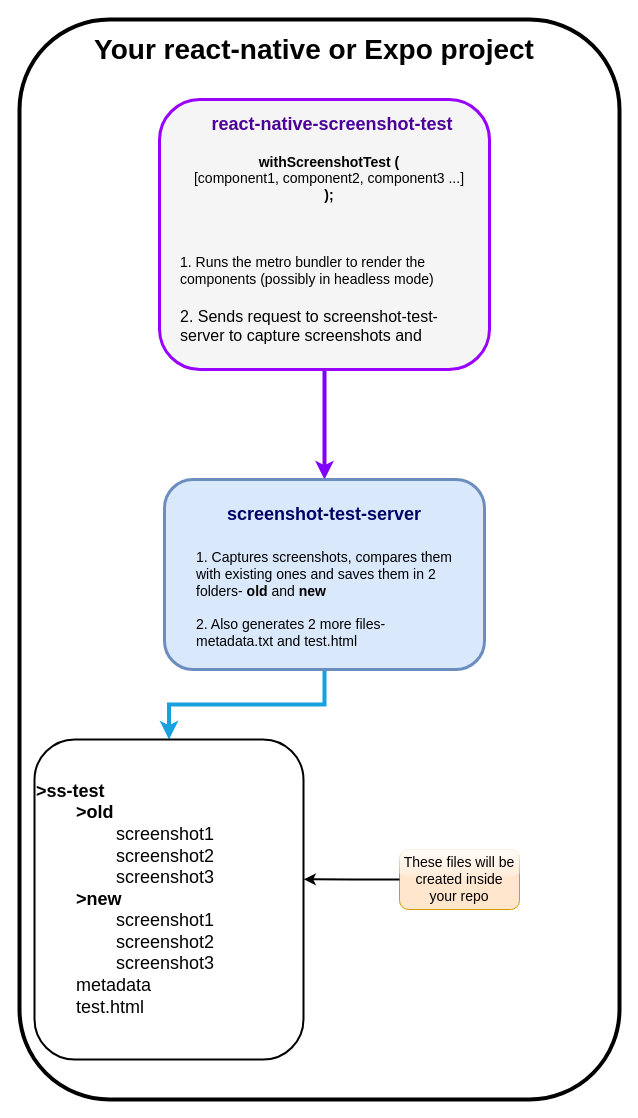
The draw.io diagram screenshot-test.drawio in Abhinandan-Kushwaha/react-native-screenshot-test, before the edit. Source tidied: cells renumbered, new cells numbered last; positions are measured from the earlier drawing's top-left corner, leaving out a move shared by most shapes. Both pictures are drawn from the tidied source at 100%, with x=0, y=0 at pixel (19, 19).
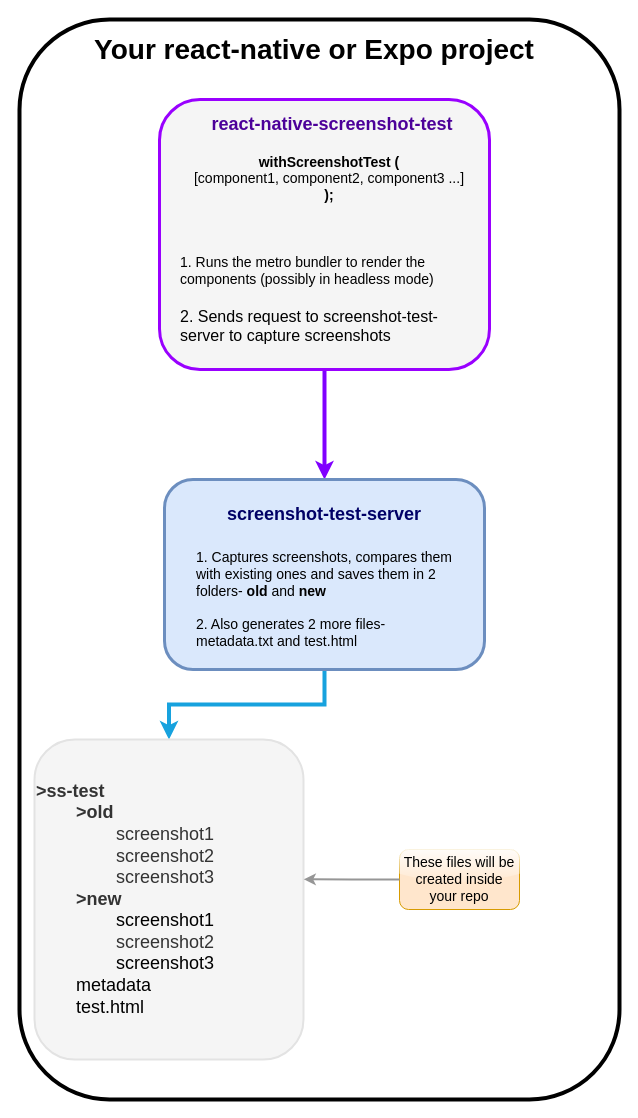
After the change.

What changed in the source:
```diff
@@
 <mxGraphModel>
   <root>
     <mxCell id="0" />
     <mxCell id="1" parent="0" />
     <mxCell id="2" style="rounded=1;whiteSpace=wrap;html=1;strokeWidth=4;fillColor=none;" parent="1" vertex="1">
       <mxGeometry width="600" height="1080" as="geometry" />
     </mxCell>
     <mxCell id="3" style="edgeStyle=orthogonalEdgeStyle;rounded=0;jettySize=auto;html=1;exitX=0.5;exitY=1;exitDx=0;exitDy=0;entryX=0.5;entryY=0;entryDx=0;entryDy=0;flowAnimation=1;strokeColor=light-dark(#8000ff, #ededed);strokeWidth=4;" parent="1" edge="1" source="4" target="6">
       <mxGeometry relative="1" as="geometry" />
     </mxCell>
     <mxCell id="4" style="rounded=1;whiteSpace=wrap;html=1;fillColor=#f5f5f5;strokeColor=light-dark(#9900ff, #959595);fontColor=#333333;strokeWidth=3;" parent="1" vertex="1">
       <mxGeometry x="140" y="80" width="330" height="270" as="geometry" />
     </mxCell>
     <mxCell id="5" style="edgeStyle=orthogonalEdgeStyle;rounded=0;jettySize=auto;html=1;exitX=0.5;exitY=1;exitDx=0;exitDy=0;flowAnimation=1;strokeWidth=4;strokeColor=light-dark(#17a2de, #ededed);" parent="1" edge="1" source="6" target="11">
       <mxGeometry relative="1" as="geometry" />
     </mxCell>
     <mxCell id="6" style="rounded=1;whiteSpace=wrap;html=1;strokeColor=#6c8ebf;strokeWidth=3;fillColor=#dae8fc;" parent="1" vertex="1">
       <mxGeometry x="145" y="460" width="320" height="190" as="geometry" />
     </mxCell>
     <mxCell id="7" value="&lt;b&gt;&lt;font style=&quot;font-size: 18px; color: rgb(76, 0, 153);&quot;&gt;react-native-screenshot-test&lt;/font&gt;&lt;/b&gt;" style="text;html=1;align=center;verticalAlign=middle;whiteSpace=wrap;rounded=0;" parent="1" vertex="1">
       <mxGeometry x="190" y="90" width="246" height="30" as="geometry" />
     </mxCell>
-    <mxCell id="8" value="&lt;font style=&quot;font-size: 14px;&quot;&gt;&lt;b&gt;withScreenshotTest (&lt;/b&gt;&lt;/font&gt;&lt;div&gt;&lt;span style=&quot;font-size: 14px;&quot;&gt;[component1, component2, component3 ...]&lt;/span&gt;&lt;/div&gt;&lt;div&gt;&lt;font style=&quot;font-size: 14px;&quot;&gt;&lt;b&gt;);&lt;/b&gt;&lt;/font&gt;&lt;/div&gt;&lt;div&gt;&lt;font style=&quot;font-size: 14px;&quot;&gt;&lt;b&gt;&lt;br&gt;&lt;/b&gt;&lt;/font&gt;&lt;/div&gt;&lt;div&gt;&lt;font style=&quot;font-size: 14px;&quot;&gt;&lt;b&gt;&lt;br&gt;&lt;/b&gt;&lt;/font&gt;&lt;/div&gt;&lt;div&gt;&lt;font style=&quot;font-size: 14px;&quot;&gt;&lt;b&gt;&lt;br&gt;&lt;/b&gt;&lt;/font&gt;&lt;/div&gt;&lt;div style=&quot;text-align: left;&quot;&gt;&lt;font style=&quot;font-size: 14px;&quot;&gt;1. Runs the metro bundler to render the components (possibly in headless mode)&lt;/font&gt;&lt;/div&gt;&lt;div style=&quot;text-align: left;&quot;&gt;&lt;font size=&quot;3&quot; style=&quot;&quot;&gt;&lt;br&gt;&lt;/font&gt;&lt;/div&gt;&lt;div style=&quot;text-align: left;&quot;&gt;&lt;font size=&quot;3&quot; style=&quot;&quot;&gt;2. Sends request to screenshot-test-server to capture screenshots and&amp;nbsp;&lt;/font&gt;&lt;/div&gt;" style="text;html=1;align=center;verticalAlign=middle;whiteSpace=wrap;rounded=0;" parent="1" vertex="1">
+    <mxCell id="8" value="&lt;font style=&quot;font-size: 14px;&quot;&gt;&lt;b&gt;withScreenshotTest (&lt;/b&gt;&lt;/font&gt;&lt;div&gt;&lt;span style=&quot;font-size: 14px;&quot;&gt;[component1, component2, component3 ...]&lt;/span&gt;&lt;/div&gt;&lt;div&gt;&lt;font style=&quot;font-size: 14px;&quot;&gt;&lt;b&gt;);&lt;/b&gt;&lt;/font&gt;&lt;/div&gt;&lt;div&gt;&lt;font style=&quot;font-size: 14px;&quot;&gt;&lt;b&gt;&lt;br&gt;&lt;/b&gt;&lt;/font&gt;&lt;/div&gt;&lt;div&gt;&lt;font style=&quot;font-size: 14px;&quot;&gt;&lt;b&gt;&lt;br&gt;&lt;/b&gt;&lt;/font&gt;&lt;/div&gt;&lt;div&gt;&lt;font style=&quot;font-size: 14px;&quot;&gt;&lt;b&gt;&lt;br&gt;&lt;/b&gt;&lt;/font&gt;&lt;/div&gt;&lt;div style=&quot;text-align: left;&quot;&gt;&lt;font style=&quot;font-size: 14px;&quot;&gt;1. Runs the metro bundler to render the components (possibly in headless mode)&lt;/font&gt;&lt;/div&gt;&lt;div style=&quot;text-align: left;&quot;&gt;&lt;font size=&quot;3&quot; style=&quot;&quot;&gt;&lt;br&gt;&lt;/font&gt;&lt;/div&gt;&lt;div style=&quot;text-align: left;&quot;&gt;&lt;font size=&quot;3&quot; style=&quot;&quot;&gt;2. Sends request to screenshot-test-server to capture screenshots&amp;nbsp;&lt;/font&gt;&lt;/div&gt;" style="text;html=1;align=center;verticalAlign=middle;whiteSpace=wrap;rounded=0;" parent="1" vertex="1">
       <mxGeometry x="160" y="130" width="300" height="200" as="geometry" />
     </mxCell>
     <mxCell id="9" value="&lt;font style=&quot;font-size: 28px;&quot;&gt;&lt;b&gt;Your react-native or Expo project&lt;/b&gt;&lt;/font&gt;" style="text;html=1;align=center;verticalAlign=middle;whiteSpace=wrap;rounded=0;shadow=1;shadowColor=#AAAAAA;glass=0;" parent="1" vertex="1">
       <mxGeometry x="70" y="10" width="450" height="40" as="geometry" />
     </mxCell>
     <mxCell id="10" value="&lt;b&gt;&lt;font style=&quot;font-size: 18px; color: rgb(0, 0, 102);&quot;&gt;screenshot-test-server&lt;/font&gt;&lt;/b&gt;" style="text;html=1;align=center;verticalAlign=middle;whiteSpace=wrap;rounded=0;" parent="1" vertex="1">
       <mxGeometry x="175" y="470" width="260" height="50" as="geometry" />
     </mxCell>
-    <mxCell id="11" value="&lt;font style=&quot;font-size: 18px;&quot;&gt;&lt;b&gt;&amp;gt;ss-test&lt;/b&gt;&lt;/font&gt;&lt;div&gt;&lt;font style=&quot;font-size: 18px;&quot;&gt;&lt;b&gt;&lt;span style=&quot;white-space: pre;&quot;&gt;&#9;&lt;/span&gt;&amp;gt;old&lt;br&gt;&lt;/b&gt;&lt;/font&gt;&lt;/div&gt;&lt;div&gt;&lt;font style=&quot;font-size: 18px;&quot;&gt;&lt;span style=&quot;white-space: pre;&quot;&gt;&#9;&lt;/span&gt;&lt;span style=&quot;white-space: pre;&quot;&gt;&#9;&lt;/span&gt;screenshot1&lt;br&gt;&lt;/font&gt;&lt;/div&gt;&lt;div&gt;&lt;font style=&quot;font-size: 18px;&quot;&gt;&lt;span style=&quot;white-space: pre;&quot;&gt;&#9;&lt;/span&gt;&lt;span style=&quot;white-space: pre;&quot;&gt;&#9;&lt;/span&gt;screenshot2&lt;/font&gt;&lt;/div&gt;&lt;div&gt;&lt;font style=&quot;font-size: 18px;&quot;&gt;&lt;span style=&quot;white-space: pre;&quot;&gt;&#9;&lt;/span&gt;&lt;span style=&quot;white-space: pre;&quot;&gt;&#9;&lt;/span&gt;screenshot3&lt;/font&gt;&lt;/div&gt;&lt;div&gt;&lt;font style=&quot;font-size: 18px;&quot;&gt;&lt;span style=&quot;white-space: pre;&quot;&gt;&#9;&lt;/span&gt;&lt;b&gt;&amp;gt;new&lt;/b&gt;&lt;br&gt;&lt;/font&gt;&lt;/div&gt;&lt;div&gt;&lt;font style=&quot;font-size: 18px;&quot;&gt;&lt;b&gt;&lt;span style=&quot;white-space: pre;&quot;&gt;&#9;&lt;span style=&quot;white-space: pre;&quot;&gt;&#9;&lt;/span&gt;&lt;/span&gt;&lt;/b&gt;&lt;span style=&quot;background-color: transparent; color: light-dark(rgb(0, 0, 0), rgb(255, 255, 255));&quot;&gt;screenshot1&lt;/span&gt;&lt;div style=&quot;font-size: 12px;&quot;&gt;&lt;font style=&quot;font-size: 18px;&quot;&gt;&lt;span style=&quot;white-space: pre;&quot;&gt;&#9;&lt;/span&gt;&lt;span style=&quot;white-space: pre;&quot;&gt;&#9;&lt;/span&gt;screenshot2&lt;/font&gt;&lt;/div&gt;&lt;span style=&quot;background-color: transparent; color: light-dark(rgb(0, 0, 0), rgb(255, 255, 255)); white-space: pre;&quot;&gt;&#9;&lt;/span&gt;&lt;span style=&quot;background-color: transparent; color: light-dark(rgb(0, 0, 0), rgb(255, 255, 255)); white-space: pre;&quot;&gt;&#9;&lt;/span&gt;&lt;span style=&quot;background-color: transparent; color: light-dark(rgb(0, 0, 0), rgb(255, 255, 255));&quot;&gt;screenshot3&lt;/span&gt;&lt;b&gt;&lt;br&gt;&lt;/b&gt;&lt;/font&gt;&lt;/div&gt;&lt;div&gt;&lt;font style=&quot;font-size: 18px;&quot;&gt;&lt;span style=&quot;background-color: transparent; color: light-dark(rgb(0, 0, 0), rgb(255, 255, 255));&quot;&gt;&lt;span style=&quot;white-space: pre;&quot;&gt;&#9;&lt;/span&gt;metadata&lt;br&gt;&lt;/span&gt;&lt;/font&gt;&lt;/div&gt;&lt;div&gt;&lt;font style=&quot;font-size: 18px;&quot;&gt;&lt;span style=&quot;background-color: transparent; color: light-dark(rgb(0, 0, 0), rgb(255, 255, 255));&quot;&gt;&lt;span style=&quot;white-space: pre;&quot;&gt;&#9;&lt;/span&gt;test.html&lt;br&gt;&lt;/span&gt;&lt;/font&gt;&lt;/div&gt;&lt;div&gt;&lt;/div&gt;" style="text;html=1;align=left;verticalAlign=middle;whiteSpace=wrap;rounded=1;strokeWidth=2;strokeColor=default;glass=0;fillColor=default;" parent="1" vertex="1">
+    <mxCell id="11" value="&lt;font style=&quot;font-size: 18px;&quot;&gt;&lt;b&gt;&amp;gt;ss-test&lt;/b&gt;&lt;/font&gt;&lt;div&gt;&lt;font style=&quot;font-size: 18px;&quot;&gt;&lt;b&gt;&lt;span style=&quot;white-space: pre;&quot;&gt;&#9;&lt;/span&gt;&amp;gt;old&lt;br&gt;&lt;/b&gt;&lt;/font&gt;&lt;/div&gt;&lt;div&gt;&lt;font style=&quot;font-size: 18px;&quot;&gt;&lt;span style=&quot;white-space: pre;&quot;&gt;&#9;&lt;/span&gt;&lt;span style=&quot;white-space: pre;&quot;&gt;&#9;&lt;/span&gt;screenshot1&lt;br&gt;&lt;/font&gt;&lt;/div&gt;&lt;div&gt;&lt;font style=&quot;font-size: 18px;&quot;&gt;&lt;span style=&quot;white-space: pre;&quot;&gt;&#9;&lt;/span&gt;&lt;span style=&quot;white-space: pre;&quot;&gt;&#9;&lt;/span&gt;screenshot2&lt;/font&gt;&lt;/div&gt;&lt;div&gt;&lt;font style=&quot;font-size: 18px;&quot;&gt;&lt;span style=&quot;white-space: pre;&quot;&gt;&#9;&lt;/span&gt;&lt;span style=&quot;white-space: pre;&quot;&gt;&#9;&lt;/span&gt;screenshot3&lt;/font&gt;&lt;/div&gt;&lt;div&gt;&lt;font style=&quot;font-size: 18px;&quot;&gt;&lt;span style=&quot;white-space: pre;&quot;&gt;&#9;&lt;/span&gt;&lt;b&gt;&amp;gt;new&lt;/b&gt;&lt;br&gt;&lt;/font&gt;&lt;/div&gt;&lt;div&gt;&lt;font style=&quot;font-size: 18px;&quot;&gt;&lt;b&gt;&lt;span style=&quot;white-space: pre;&quot;&gt;&#9;&lt;span style=&quot;white-space: pre;&quot;&gt;&#9;&lt;/span&gt;&lt;/span&gt;&lt;/b&gt;&lt;span style=&quot;background-color: transparent; color: light-dark(rgb(0, 0, 0), rgb(255, 255, 255));&quot;&gt;screenshot1&lt;/span&gt;&lt;div style=&quot;font-size: 12px;&quot;&gt;&lt;font style=&quot;font-size: 18px;&quot;&gt;&lt;span style=&quot;white-space: pre;&quot;&gt;&#9;&lt;/span&gt;&lt;span style=&quot;white-space: pre;&quot;&gt;&#9;&lt;/span&gt;screenshot2&lt;/font&gt;&lt;/div&gt;&lt;span style=&quot;background-color: transparent; color: light-dark(rgb(0, 0, 0), rgb(255, 255, 255)); white-space: pre;&quot;&gt;&#9;&lt;/span&gt;&lt;span style=&quot;background-color: transparent; color: light-dark(rgb(0, 0, 0), rgb(255, 255, 255)); white-space: pre;&quot;&gt;&#9;&lt;/span&gt;&lt;span style=&quot;background-color: transparent; color: light-dark(rgb(0, 0, 0), rgb(255, 255, 255));&quot;&gt;screenshot3&lt;/span&gt;&lt;b&gt;&lt;br&gt;&lt;/b&gt;&lt;/font&gt;&lt;/div&gt;&lt;div&gt;&lt;font style=&quot;font-size: 18px;&quot;&gt;&lt;span style=&quot;background-color: transparent; color: light-dark(rgb(0, 0, 0), rgb(255, 255, 255));&quot;&gt;&lt;span style=&quot;white-space: pre;&quot;&gt;&#9;&lt;/span&gt;metadata&lt;br&gt;&lt;/span&gt;&lt;/font&gt;&lt;/div&gt;&lt;div&gt;&lt;font style=&quot;font-size: 18px;&quot;&gt;&lt;span style=&quot;background-color: transparent; color: light-dark(rgb(0, 0, 0), rgb(255, 255, 255));&quot;&gt;&lt;span style=&quot;white-space: pre;&quot;&gt;&#9;&lt;/span&gt;test.html&lt;br&gt;&lt;/span&gt;&lt;/font&gt;&lt;/div&gt;&lt;div&gt;&lt;/div&gt;" style="text;html=1;align=left;verticalAlign=middle;whiteSpace=wrap;rounded=1;strokeWidth=2;strokeColor=#E3E3E3;glass=0;fillColor=#f5f5f5;fontColor=#333333;gradientColor=none;" parent="1" vertex="1">
       <mxGeometry x="15" y="720" width="269" height="320" as="geometry" />
     </mxCell>
     <mxCell id="12" value="&lt;font style=&quot;font-size: 14px;&quot;&gt;1. Captures screenshots, compares them with existing ones and saves them in 2 folders- &lt;b&gt;old&lt;/b&gt; and &lt;b&gt;new&lt;/b&gt;&lt;/font&gt;&lt;div&gt;&lt;font style=&quot;font-size: 14px;&quot;&gt;&lt;b&gt;&lt;br&gt;&lt;/b&gt;&lt;/font&gt;&lt;/div&gt;&lt;div&gt;&lt;font style=&quot;font-size: 14px;&quot;&gt;2. Also generates 2 more files- metadata.txt and test.html&lt;/font&gt;&lt;/div&gt;" style="text;html=1;align=left;verticalAlign=middle;whiteSpace=wrap;rounded=0;" parent="1" vertex="1">
       <mxGeometry x="175" y="530" width="270" height="100" as="geometry" />
     </mxCell>
     <mxCell id="13" value="&lt;font style=&quot;font-size: 14px;&quot;&gt;These files will be created inside your repo&lt;/font&gt;" style="text;html=1;align=center;verticalAlign=middle;whiteSpace=wrap;rounded=1;fillColor=#ffe6cc;strokeWidth=1;strokeColor=#d79b00;glass=1;shadow=0;" parent="1" vertex="1">
       <mxGeometry x="380" y="830" width="120" height="60" as="geometry" />
     </mxCell>
-    <mxCell id="14" style="edgeStyle=orthogonalEdgeStyle;rounded=0;jettySize=auto;html=1;entryX=1.001;entryY=0.437;entryDx=0;entryDy=0;entryPerimeter=0;strokeWidth=2;curved=0;flowAnimation=0;shadow=0;" parent="1" edge="1" source="13" target="11">
+    <mxCell id="14" style="edgeStyle=orthogonalEdgeStyle;rounded=0;jettySize=auto;html=1;entryX=1.001;entryY=0.437;entryDx=0;entryDy=0;entryPerimeter=0;strokeWidth=2;curved=0;flowAnimation=0;shadow=0;strokeColor=light-dark(#969696, #ededed);" parent="1" edge="1" source="13" target="11">
       <mxGeometry relative="1" as="geometry" />
     </mxCell>
   </root>
 </mxGraphModel>
```
